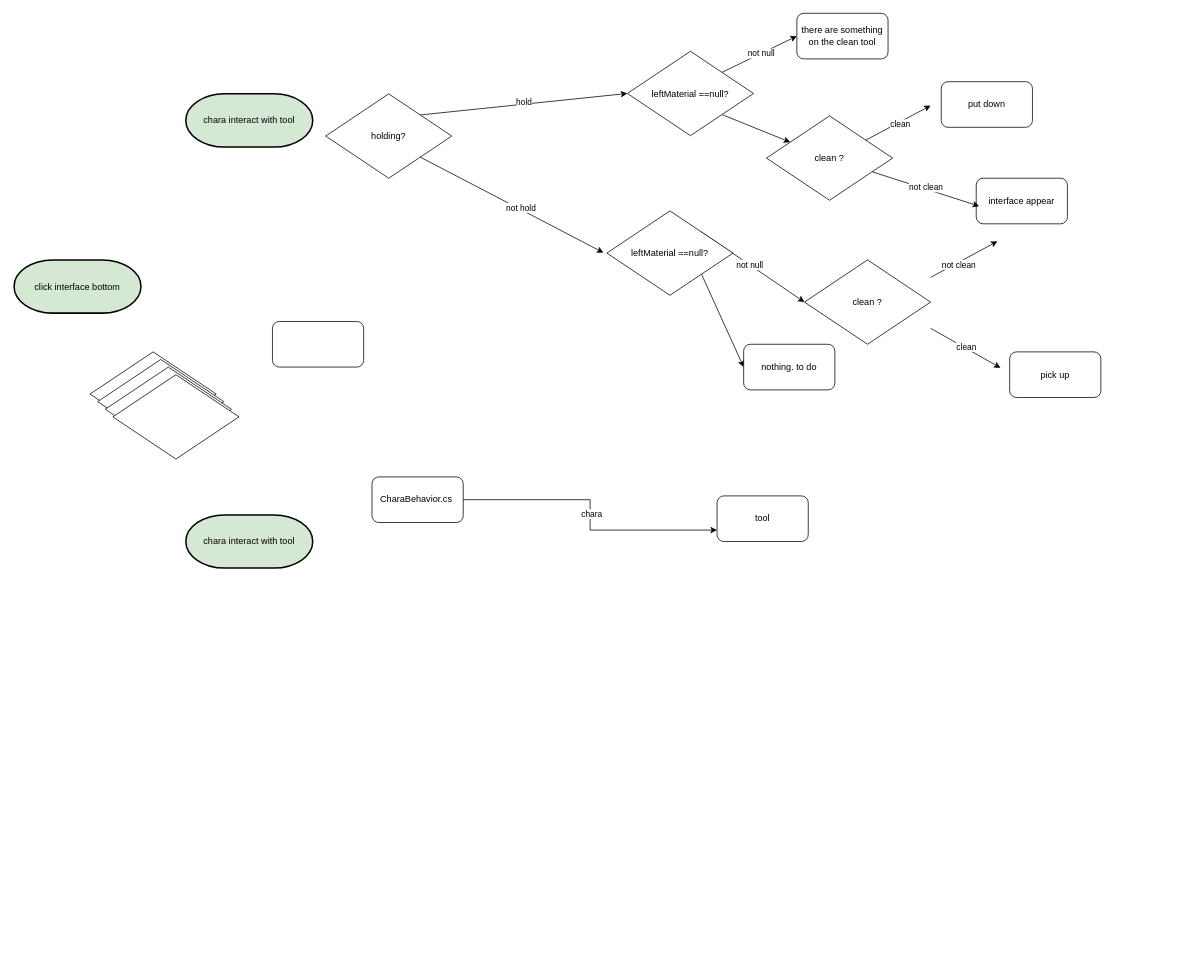
Earlier version of the draw.io diagram page "Kitchen_flow_2" (6 of 6) of Kitchen_seq_1.drawio (BalaGuava/NourishverseI). Source tidied: cells renumbered, new cells numbered last; positions are measured from the earlier drawing's top-left corner, leaving out a move shared by most shapes. Both pictures are drawn from the tidied source at 76%, with x=0, y=0 at pixel (14, 13).
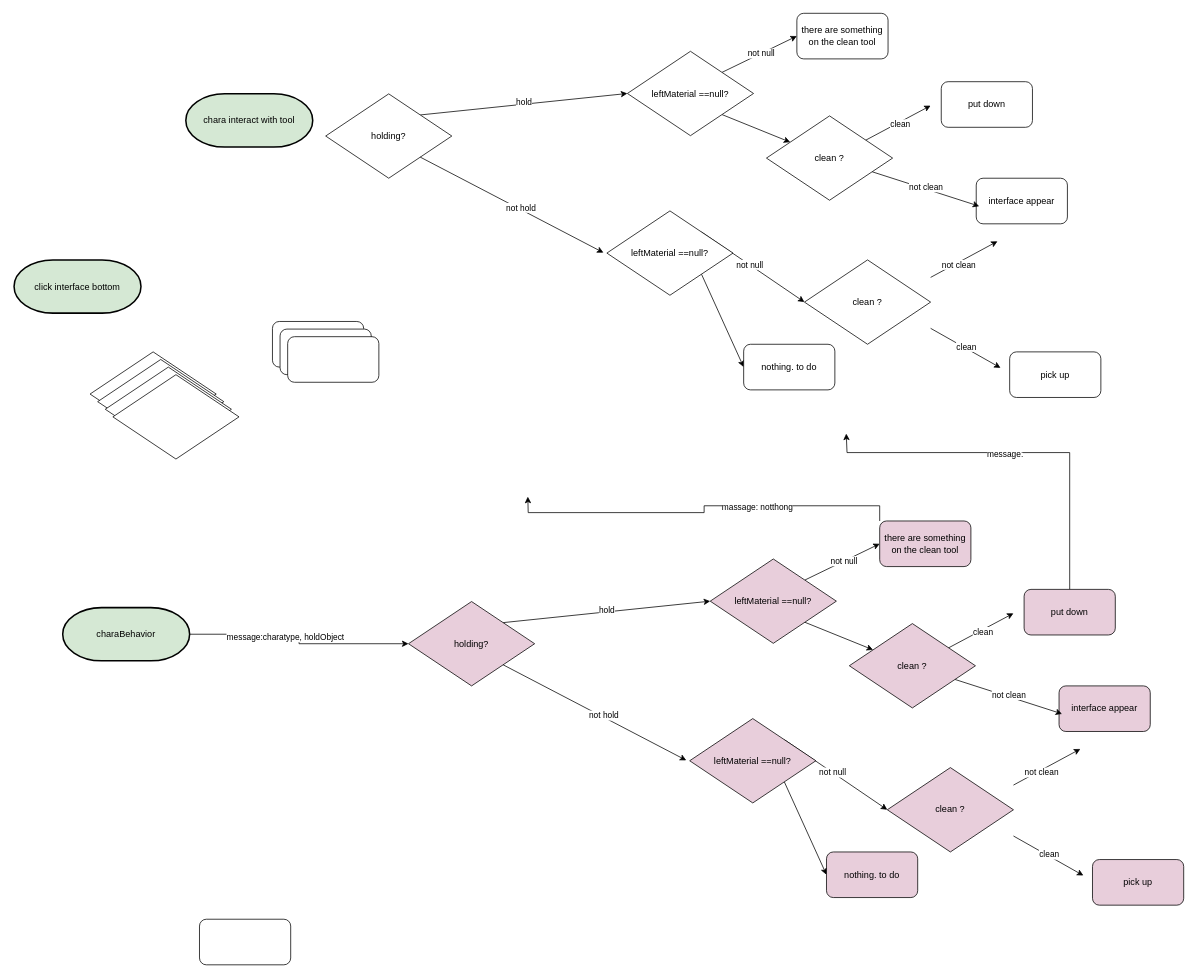
Above is the later version.

The edit, as a diff of the source:
```diff
@@
-    <mxCell id="30" value="tool" style="rounded=1;whiteSpace=wrap;html=1;" parent="1" vertex="1">
-      <mxGeometry x="925" y="635" width="120" height="60" as="geometry" />
-    </mxCell>
-    <mxCell id="31" style="edgeStyle=orthogonalEdgeStyle;rounded=0;jettySize=auto;html=1;entryX=0;entryY=0.75;entryDx=0;entryDy=0;" parent="1" edge="1" source="33" target="30">
-      <mxGeometry relative="1" as="geometry" />
-    </mxCell>
-    <mxCell id="32" value="chara" style="edgeLabel;html=1;align=center;verticalAlign=middle;" parent="31" vertex="1">
-      <mxGeometry x="-0.01" y="1" relative="1" as="geometry" />
-    </mxCell>
-    <mxCell id="33" value="CharaBehavior.cs&amp;nbsp;" style="rounded=1;whiteSpace=wrap;html=1;" parent="1" vertex="1">
-      <mxGeometry x="471" y="610" width="120" height="60" as="geometry" />
-    </mxCell>
@@
+    <mxCell id="42" style="edgeStyle=orthogonalEdgeStyle;rounded=0;jettySize=auto;html=1;entryX=0;entryY=0.5;entryDx=0;entryDy=0;" parent="1" edge="1" source="41" target="46">
+      <mxGeometry relative="1" as="geometry" />
+    </mxCell>
+    <mxCell id="43" value="message:charatype, holdObject" style="edgeLabel;html=1;align=center;verticalAlign=middle;" parent="42" vertex="1">
+      <mxGeometry x="-0.17" y="-3" relative="1" as="geometry" />
+    </mxCell>
-    <mxCell id="41" value="chara interact with tool" style="strokeWidth=2;html=1;shape=mxgraph.flowchart.terminator;whiteSpace=wrap;fillColor=#D5E8D4;" parent="1" vertex="1">
-      <mxGeometry x="226" y="660" width="167" height="70" as="geometry" />
+    <mxCell id="41" value="charaBehavior" style="strokeWidth=2;html=1;shape=mxgraph.flowchart.terminator;whiteSpace=wrap;fillColor=#D5E8D4;" parent="1" vertex="1">
+      <mxGeometry x="64" y="782" width="167" height="70" as="geometry" />
     </mxCell>
+    <mxCell id="44" style="edgeStyle=none;rounded=0;jettySize=auto;html=1;exitX=1;exitY=0;exitDx=0;exitDy=0;entryX=0;entryY=0.5;entryDx=0;entryDy=0;fillColor=#E8CEDB;" parent="1" edge="1" source="46" target="51">
+      <mxGeometry relative="1" as="geometry" />
+    </mxCell>
+    <mxCell id="45" value="hold" style="edgeLabel;html=1;align=center;verticalAlign=middle;" parent="44" vertex="1">
+      <mxGeometry y="3" relative="1" as="geometry" />
+    </mxCell>
+    <mxCell id="46" value="holding?" style="rhombus;whiteSpace=wrap;html=1;fillColor=#E8CEDB;" parent="1" vertex="1">
+      <mxGeometry x="519" y="774" width="166" height="111" as="geometry" />
+    </mxCell>
+    <mxCell id="47" value="interface appear" style="rounded=1;whiteSpace=wrap;html=1;fillColor=#E8CEDB;" parent="1" vertex="1">
+      <mxGeometry x="1375" y="885" width="120" height="60" as="geometry" />
+    </mxCell>
+    <mxCell id="48" style="edgeStyle=none;rounded=0;jettySize=auto;html=1;exitX=1;exitY=0;exitDx=0;exitDy=0;entryX=0;entryY=0.5;entryDx=0;entryDy=0;fillColor=#E8CEDB;" parent="1" edge="1" source="51" target="64">
+      <mxGeometry relative="1" as="geometry" />
+    </mxCell>
+    <mxCell id="49" value="not null" style="edgeLabel;html=1;align=center;verticalAlign=middle;" parent="48" vertex="1">
+      <mxGeometry x="0.05" relative="1" as="geometry" />
+    </mxCell>
+    <mxCell id="50" style="edgeStyle=none;rounded=0;jettySize=auto;html=1;exitX=1;exitY=1;exitDx=0;exitDy=0;fillColor=#E8CEDB;" parent="1" edge="1" source="51" target="56">
+      <mxGeometry relative="1" as="geometry" />
+    </mxCell>
+    <mxCell id="51" value="leftMaterial ==null?" style="rhombus;whiteSpace=wrap;html=1;fillColor=#E8CEDB;" parent="1" vertex="1">
+      <mxGeometry x="916" y="718" width="166" height="111" as="geometry" />
+    </mxCell>
+    <mxCell id="52" style="rounded=0;jettySize=auto;html=1;entryX=0;entryY=0.5;entryDx=0;entryDy=0;exitX=0.769;exitY=0.302;exitDx=0;exitDy=0;exitPerimeter=0;fillColor=#E8CEDB;" parent="1" edge="1" source="56">
+      <mxGeometry relative="1" as="geometry">
+        <mxPoint x="1315" y="789.5" as="targetPoint" />
+      </mxGeometry>
+    </mxCell>
+    <mxCell id="53" value="clean" style="edgeLabel;html=1;align=center;verticalAlign=middle;" parent="52" vertex="1">
+      <mxGeometry x="-0.02" y="3" relative="1" as="geometry">
+        <mxPoint x="6" y="3" as="offset" />
+      </mxGeometry>
+    </mxCell>
+    <mxCell id="54" style="rounded=0;jettySize=auto;html=1;entryX=0.033;entryY=0.613;entryDx=0;entryDy=0;entryPerimeter=0;fillColor=#E8CEDB;" parent="1" edge="1" source="56" target="47">
+      <mxGeometry relative="1" as="geometry" />
+    </mxCell>
+    <mxCell id="55" value="not clean" style="edgeLabel;html=1;align=center;verticalAlign=middle;" parent="54" vertex="1">
+      <mxGeometry x="-0.01" y="2" relative="1" as="geometry" />
+    </mxCell>
+    <mxCell id="56" value="clean ?" style="rhombus;whiteSpace=wrap;html=1;fillColor=#E8CEDB;" parent="1" vertex="1">
+      <mxGeometry x="1099" y="803" width="166" height="111" as="geometry" />
+    </mxCell>
+    <mxCell id="57" style="edgeStyle=none;rounded=0;jettySize=auto;html=1;exitX=1;exitY=0;exitDx=0;exitDy=0;fillColor=#E8CEDB;" parent="1" edge="1" source="60">
+      <mxGeometry relative="1" as="geometry">
+        <mxPoint x="1149" y="1048" as="targetPoint" />
+      </mxGeometry>
+    </mxCell>
+    <mxCell id="58" value="not null" style="edgeLabel;html=1;align=center;verticalAlign=middle;" parent="57" vertex="1">
+      <mxGeometry x="-0.07" relative="1" as="geometry" />
+    </mxCell>
+    <mxCell id="59" style="edgeStyle=none;rounded=0;jettySize=auto;html=1;exitX=1;exitY=1;exitDx=0;exitDy=0;entryX=0;entryY=0.5;entryDx=0;entryDy=0;fillColor=#E8CEDB;" parent="1" edge="1" source="60" target="61">
+      <mxGeometry relative="1" as="geometry" />
+    </mxCell>
+    <mxCell id="60" value="leftMaterial ==null?" style="rhombus;whiteSpace=wrap;html=1;fillColor=#E8CEDB;" parent="1" vertex="1">
+      <mxGeometry x="889" y="928" width="166" height="111" as="geometry" />
+    </mxCell>
+    <mxCell id="61" value="nothing. to do" style="rounded=1;whiteSpace=wrap;html=1;fillColor=#E8CEDB;" parent="1" vertex="1">
+      <mxGeometry x="1069" y="1103.5" width="120" height="60" as="geometry" />
+    </mxCell>
+    <mxCell id="62" style="edgeStyle=orthogonalEdgeStyle;rounded=0;jettySize=auto;html=1;exitX=0;exitY=0;exitDx=0;exitDy=0;" parent="1" edge="1" source="64">
+      <mxGeometry relative="1" as="geometry">
+        <mxPoint x="676" y="636" as="targetPoint" />
+      </mxGeometry>
+    </mxCell>
+    <mxCell id="63" value="massage: notthong" style="edgeLabel;html=1;align=center;verticalAlign=middle;" parent="62" vertex="1">
+      <mxGeometry x="-0.29" y="1" relative="1" as="geometry" />
+    </mxCell>
+    <mxCell id="64" value="there are something on the clean tool" style="rounded=1;whiteSpace=wrap;html=1;fillColor=#E8CEDB;" parent="1" vertex="1">
+      <mxGeometry x="1139" y="668" width="120" height="60" as="geometry" />
+    </mxCell>
+    <mxCell id="65" style="edgeStyle=none;rounded=0;jettySize=auto;html=1;exitX=1;exitY=1;exitDx=0;exitDy=0;entryX=-0.027;entryY=0.495;entryDx=0;entryDy=0;entryPerimeter=0;fillColor=#E8CEDB;" parent="1" edge="1" source="46" target="60">
+      <mxGeometry relative="1" as="geometry" />
+    </mxCell>
+    <mxCell id="66" value="not hold" style="edgeLabel;html=1;align=center;verticalAlign=middle;" parent="65" vertex="1">
+      <mxGeometry x="0.09" y="2" relative="1" as="geometry" />
+    </mxCell>
+    <mxCell id="67" value="pick up" style="rounded=1;whiteSpace=wrap;html=1;fillColor=#E8CEDB;" parent="1" vertex="1">
+      <mxGeometry x="1419" y="1113.5" width="120" height="60" as="geometry" />
+    </mxCell>
+    <mxCell id="68" style="edgeStyle=orthogonalEdgeStyle;rounded=0;jettySize=auto;html=1;" parent="1" edge="1" source="70">
+      <mxGeometry relative="1" as="geometry">
+        <mxPoint x="1095" y="553" as="targetPoint" />
+        <Array as="points">
+          <mxPoint x="1389" y="578" />
+          <mxPoint x="1096" y="578" />
+        </Array>
+      </mxGeometry>
+    </mxCell>
+    <mxCell id="69" value="message:" style="edgeLabel;html=1;align=center;verticalAlign=middle;" parent="68" vertex="1">
+      <mxGeometry x="0.07" y="1" relative="1" as="geometry" />
+    </mxCell>
+    <mxCell id="70" value="put down" style="rounded=1;whiteSpace=wrap;html=1;fillColor=#E8CEDB;" parent="1" vertex="1">
+      <mxGeometry x="1329" y="758" width="120" height="60" as="geometry" />
+    </mxCell>
+    <mxCell id="71" value="clean ?" style="rhombus;whiteSpace=wrap;html=1;fillColor=#E8CEDB;" parent="1" vertex="1">
+      <mxGeometry x="1149" y="992.5" width="166" height="111" as="geometry" />
+    </mxCell>
+    <mxCell id="72" style="rounded=0;orthogonalLoop=1;jettySize=auto;html=1;entryX=0;entryY=0.5;entryDx=0;entryDy=0;exitX=0.769;exitY=0.302;exitDx=0;exitDy=0;exitPerimeter=0;fillColor=#E8CEDB;" parent="1" edge="1">
+      <mxGeometry relative="1" as="geometry">
+        <mxPoint x="1315" y="1015.5" as="sourcePoint" />
+        <mxPoint x="1403" y="968" as="targetPoint" />
+      </mxGeometry>
+    </mxCell>
+    <mxCell id="73" value="not clean" style="edgeLabel;html=1;align=center;verticalAlign=middle;" parent="72" vertex="1">
+      <mxGeometry x="-0.2" y="-2" relative="1" as="geometry" />
+    </mxCell>
+    <mxCell id="74" style="rounded=0;orthogonalLoop=1;jettySize=auto;html=1;entryX=0.033;entryY=0.613;entryDx=0;entryDy=0;entryPerimeter=0;fillColor=#E8CEDB;" parent="1" edge="1">
+      <mxGeometry relative="1" as="geometry">
+        <mxPoint x="1315" y="1082.5" as="sourcePoint" />
+        <mxPoint x="1407" y="1134.5" as="targetPoint" />
+      </mxGeometry>
+    </mxCell>
+    <mxCell id="75" value="clean" style="edgeLabel;html=1;align=center;verticalAlign=middle;" parent="74" vertex="1">
+      <mxGeometry x="-0.01" y="2" relative="1" as="geometry" />
+    </mxCell>
+    <mxCell id="76" style="rounded=1;whiteSpace=wrap;html=1;" parent="1" vertex="1">
+      <mxGeometry x="350" y="415.5" width="120" height="60" as="geometry" />
+    </mxCell>
+    <mxCell id="77" style="rounded=1;whiteSpace=wrap;html=1;" parent="1" vertex="1">
+      <mxGeometry x="360" y="425.5" width="120" height="60" as="geometry" />
+    </mxCell>
+    <mxCell id="78" style="rounded=1;whiteSpace=wrap;html=1;" parent="1" vertex="1">
+      <mxGeometry x="244" y="1192" width="120" height="60" as="geometry" />
+    </mxCell>
```
